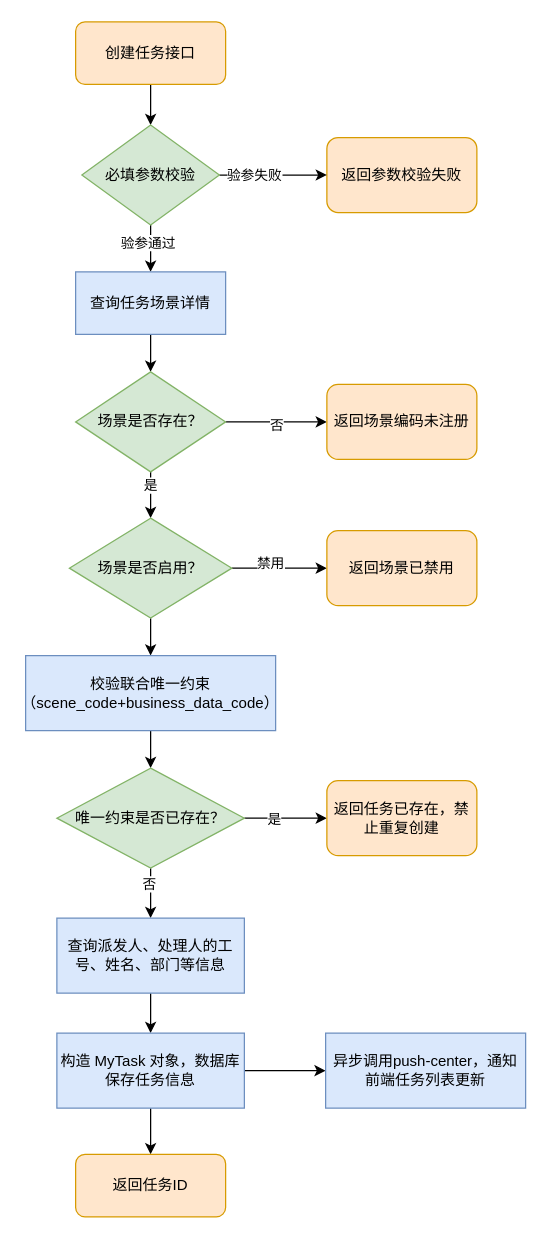
Above: 我的任务-创建.drawio in DongRuihua/draw (draw.io), before the change. Source tidied: cells renumbered, new cells numbered last; positions are measured from the earlier drawing's top-left corner, leaving out a move shared by most shapes. Both pictures are drawn from the tidied source at 125%, with x=0, y=0 at pixel (25, 21).
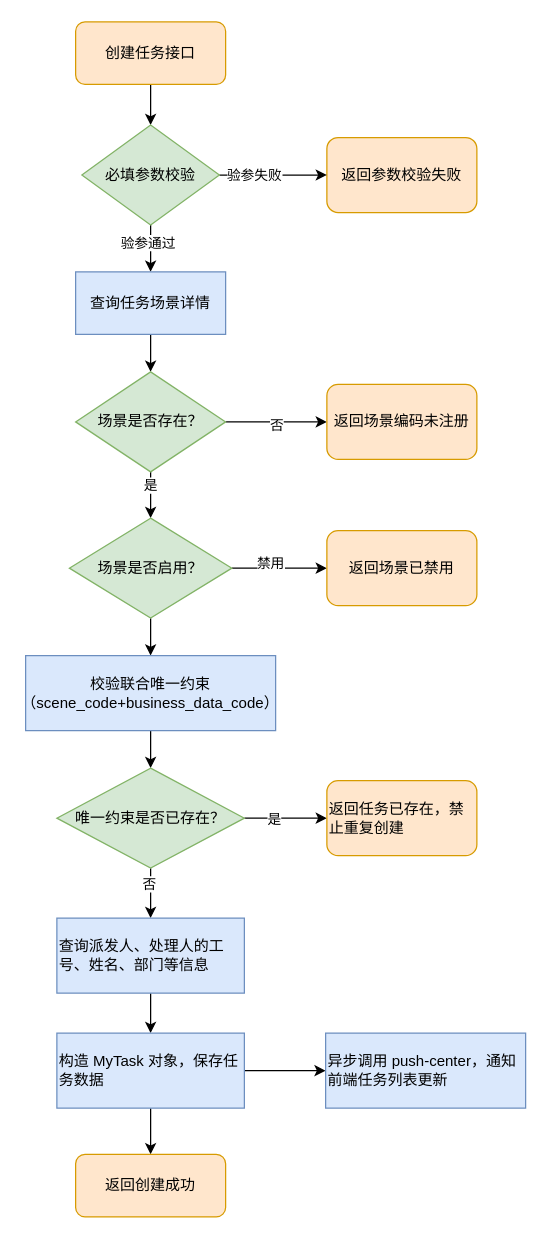
Above is the later version.

Commit message:
更新我的任务-创建.drawio

What changed in the source:
```diff
@@
-    <mxCell id="30" value="返回任务已存在，禁止重复创建" style="whiteSpace=wrap;html=1;rounded=1;fillColor=#ffe6cc;strokeColor=#d79b00;" parent="1" vertex="1">
+    <mxCell id="30" value="返回任务已存在，禁止重复创建" style="whiteSpace=wrap;html=1;rounded=1;fillColor=#ffe6cc;strokeColor=#d79b00;align=left;" parent="1" vertex="1">
       <mxGeometry x="241" y="607" width="120" height="60" as="geometry" />
     </mxCell>
@@
-    <mxCell id="32" value="查询派发人、处理人的工号、姓名、部门等信息" style="rounded=0;whiteSpace=wrap;html=1;fillColor=#dae8fc;strokeColor=#6c8ebf;" parent="1" vertex="1">
+    <mxCell id="32" value="查询派发人、处理人的工号、姓名、部门等信息" style="rounded=0;whiteSpace=wrap;html=1;fillColor=#dae8fc;strokeColor=#6c8ebf;align=left;" parent="1" vertex="1">
       <mxGeometry x="25" y="717" width="150" height="60" as="geometry" />
     </mxCell>
@@
-    <mxCell id="35" value="构造 MyTask 对象，数据库保存任务信息" style="whiteSpace=wrap;html=1;rounded=0;fillColor=#dae8fc;strokeColor=#6c8ebf;" parent="1" vertex="1">
+    <mxCell id="35" value="构造 MyTask 对象，保存任务数据" style="whiteSpace=wrap;html=1;rounded=0;fillColor=#dae8fc;strokeColor=#6c8ebf;align=left;" parent="1" vertex="1">
       <mxGeometry x="25" y="809" width="150" height="60" as="geometry" />
     </mxCell>
-    <mxCell id="36" value="返回任务ID" style="rounded=1;whiteSpace=wrap;html=1;fillStyle=auto;fillColor=#ffe6cc;strokeColor=#d79b00;" parent="1" vertex="1">
+    <mxCell id="36" value="返回创建成功" style="rounded=1;whiteSpace=wrap;html=1;fillStyle=auto;fillColor=#ffe6cc;strokeColor=#d79b00;" parent="1" vertex="1">
       <mxGeometry x="40" y="906" width="120" height="50" as="geometry" />
     </mxCell>
-    <mxCell id="37" value="异步调用push-center，通知前端任务列表更新" style="whiteSpace=wrap;html=1;fillColor=#dae8fc;strokeColor=#6c8ebf;rounded=0;" parent="1" vertex="1">
+    <mxCell id="37" value="异步调用 push-center，通知前端任务列表更新" style="whiteSpace=wrap;html=1;fillColor=#dae8fc;strokeColor=#6c8ebf;rounded=0;align=left;" parent="1" vertex="1">
       <mxGeometry x="240" y="809" width="160" height="60" as="geometry" />
     </mxCell>
```
